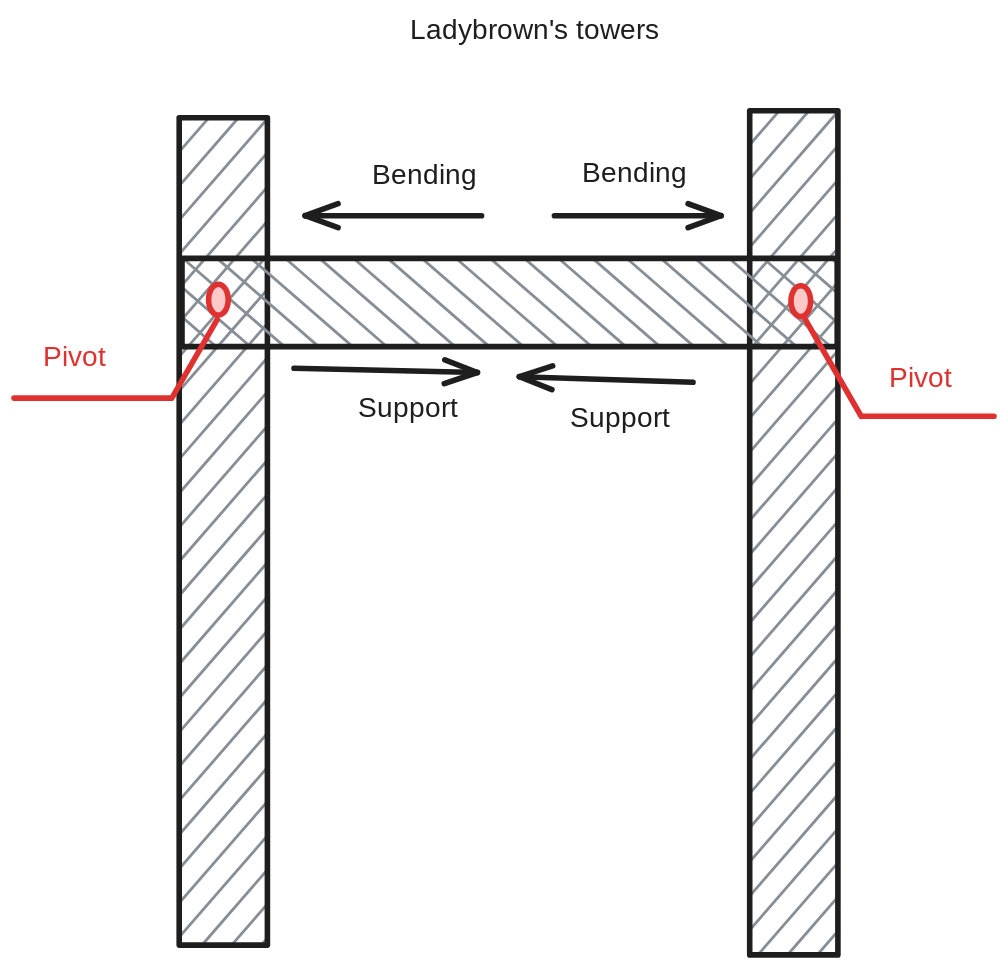
Area-53-Robotics/53D-High-Stakes-Notebook keeps this Excalidraw diagram as entries/ladybrown-1/build/24-11-2-3.excalidraw.svg. Above is the earlier version. Source tidied: one line per element, renumbered; positions are measured from the earlier drawing's top-left corner, leaving out a move shared by most shapes. Its diagram source:
```json
{"id": 0, "type": "rectangle", "strokeColor": "#1e1e1e", "backgroundColor": "#868e96", "fillStyle": "hachure", "strokeWidth": 4, "roughness": 0, "x": 118, "y": 102, "width": 63, "height": 591}
{"id": 1, "type": "rectangle", "strokeColor": "#1e1e1e", "backgroundColor": "#868e96", "fillStyle": "hachure", "strokeWidth": 4, "roughness": 0, "x": 526, "y": 97, "width": 63, "height": 603}
{"id": 2, "type": "rectangle", "strokeColor": "#1e1e1e", "angle": 4.71, "backgroundColor": "#868e96", "fillStyle": "hachure", "strokeWidth": 4, "roughness": 0, "x": 322, "y": 0, "width": 63, "height": 468}
{"id": 3, "type": "ellipse", "strokeColor": "#e03131", "backgroundColor": "#ffc9c9", "fillStyle": "solid", "strokeWidth": 4, "roughness": 0, "x": 139, "y": 221, "width": 14, "height": 22}
{"id": 4, "type": "ellipse", "strokeColor": "#e03131", "backgroundColor": "#ffc9c9", "fillStyle": "solid", "strokeWidth": 4, "roughness": 0, "x": 555, "y": 222, "width": 14, "height": 22}
{"id": 5, "type": "text", "text": "Ladybrown's towers", "strokeColor": "#1e1e1e", "backgroundColor": "#ffc9c9", "fillStyle": "solid", "strokeWidth": 4, "roughness": 0, "fontSize": 20, "fontFamily": 1, "x": 283, "y": 28, "width": 189, "height": 25}
{"id": 6, "type": "line", "strokeColor": "#e03131", "backgroundColor": "#ffc9c9", "fillStyle": "solid", "strokeWidth": 4, "roughness": 0, "x": 564, "y": 244, "width": 136, "height": 71, "points": [[0, 0], [41, 71], [136, 71]]}
{"id": 7, "type": "text", "text": "Pivot", "strokeColor": "#e03131", "backgroundColor": "#ffc9c9", "fillStyle": "solid", "strokeWidth": 4, "roughness": 0, "fontSize": 20, "fontFamily": 1, "x": 625, "y": 277, "width": 50, "height": 25}
{"id": 8, "type": "line", "strokeColor": "#e03131", "backgroundColor": "#ffc9c9", "fillStyle": "solid", "strokeWidth": 4, "roughness": 0, "x": 145, "y": 246, "width": 145, "height": 56, "points": [[0, 0], [-32, 56], [-145, 56]]}
{"id": 9, "type": "text", "text": "Pivot", "strokeColor": "#e03131", "backgroundColor": "#ffc9c9", "fillStyle": "solid", "strokeWidth": 4, "roughness": 0, "fontSize": 20, "fontFamily": 1, "x": 21, "y": 262, "width": 50, "height": 25}
{"id": 10, "type": "arrow", "strokeColor": "#1e1e1e", "backgroundColor": "#ffc9c9", "fillStyle": "solid", "strokeWidth": 4, "roughness": 0, "endArrowhead": "arrow", "x": 334, "y": 172, "width": 126, "height": 0, "points": [[0, 0], [-126, 0]]}
{"id": 11, "type": "arrow", "strokeColor": "#1e1e1e", "backgroundColor": "#ffc9c9", "fillStyle": "solid", "strokeWidth": 4, "roughness": 0, "endArrowhead": "arrow", "x": 386, "y": 172, "width": 119, "height": 0, "points": [[0, 0], [119, 0]]}
{"id": 12, "type": "text", "text": "Bending", "strokeColor": "#1e1e1e", "backgroundColor": "#ffc9c9", "fillStyle": "solid", "strokeWidth": 4, "roughness": 0, "fontSize": 20, "fontFamily": 1, "x": 256, "y": 132, "width": 70, "height": 25}
{"id": 13, "type": "text", "text": "Bending", "strokeColor": "#1e1e1e", "backgroundColor": "#ffc9c9", "fillStyle": "solid", "strokeWidth": 4, "roughness": 0, "fontSize": 20, "fontFamily": 1, "x": 406, "y": 130, "width": 70, "height": 25}
{"id": 14, "type": "arrow", "strokeColor": "#1e1e1e", "backgroundColor": "#ffc9c9", "fillStyle": "solid", "strokeWidth": 4, "roughness": 0, "endArrowhead": "arrow", "x": 200, "y": 281, "width": 131, "height": 3, "points": [[0, 0], [131, 3]]}
{"id": 15, "type": "arrow", "strokeColor": "#1e1e1e", "backgroundColor": "#ffc9c9", "fillStyle": "solid", "strokeWidth": 4, "roughness": 0, "endArrowhead": "arrow", "x": 485, "y": 291, "width": 124, "height": 4, "points": [[0, 0], [-124, -4]]}
{"id": 16, "type": "text", "text": "Support", "strokeColor": "#1e1e1e", "backgroundColor": "#ffc9c9", "fillStyle": "solid", "strokeWidth": 4, "roughness": 0, "fontSize": 20, "fontFamily": 1, "x": 246, "y": 298, "width": 74, "height": 25}
{"id": 17, "type": "text", "text": "Support", "strokeColor": "#1e1e1e", "backgroundColor": "#ffc9c9", "fillStyle": "solid", "strokeWidth": 4, "roughness": 0, "fontSize": 20, "fontFamily": 1, "x": 397, "y": 306, "width": 74, "height": 25}
```
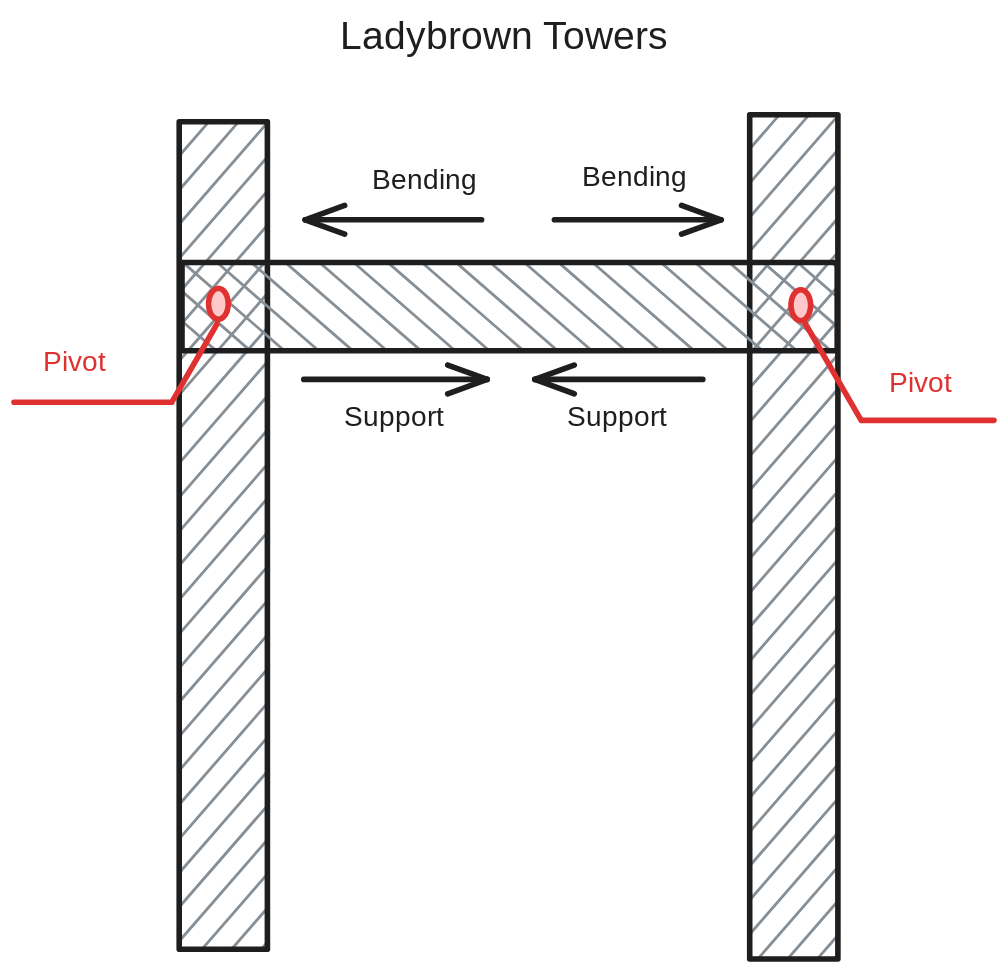
Later version of the same file.

Diff of the diagram source:
```diff
@@ -3,7 +3,7 @@
 {"id": 2, "type": "rectangle", "strokeColor": "#1e1e1e", "angle": 4.71, "backgroundColor": "#868e96", "fillStyle": "hachure", "strokeWidth": 4, "roughness": 0, "x": 322, "y": 0, "width": 63, "height": 468}
 {"id": 3, "type": "ellipse", "strokeColor": "#e03131", "backgroundColor": "#ffc9c9", "fillStyle": "solid", "strokeWidth": 4, "roughness": 0, "x": 139, "y": 221, "width": 14, "height": 22}
 {"id": 4, "type": "ellipse", "strokeColor": "#e03131", "backgroundColor": "#ffc9c9", "fillStyle": "solid", "strokeWidth": 4, "roughness": 0, "x": 555, "y": 222, "width": 14, "height": 22}
-{"id": 5, "type": "text", "text": "Ladybrown's towers", "strokeColor": "#1e1e1e", "backgroundColor": "#ffc9c9", "fillStyle": "solid", "strokeWidth": 4, "roughness": 0, "fontSize": 20, "fontFamily": 1, "x": 283, "y": 28, "width": 189, "height": 25}
+{"id": 5, "type": "text", "text": "Ladybrown Towers", "strokeColor": "#1e1e1e", "backgroundColor": "#ffc9c9", "fillStyle": "solid", "strokeWidth": 4, "roughness": 0, "fontSize": 28, "fontFamily": 1, "x": 233, "y": 25, "width": 248, "height": 35}
 {"id": 6, "type": "line", "strokeColor": "#e03131", "backgroundColor": "#ffc9c9", "fillStyle": "solid", "strokeWidth": 4, "roughness": 0, "x": 564, "y": 244, "width": 136, "height": 71, "points": [[0, 0], [41, 71], [136, 71]]}
 {"id": 7, "type": "text", "text": "Pivot", "strokeColor": "#e03131", "backgroundColor": "#ffc9c9", "fillStyle": "solid", "strokeWidth": 4, "roughness": 0, "fontSize": 20, "fontFamily": 1, "x": 625, "y": 277, "width": 50, "height": 25}
 {"id": 8, "type": "line", "strokeColor": "#e03131", "backgroundColor": "#ffc9c9", "fillStyle": "solid", "strokeWidth": 4, "roughness": 0, "x": 145, "y": 246, "width": 145, "height": 56, "points": [[0, 0], [-32, 56], [-145, 56]]}
@@ -12,7 +12,7 @@
 {"id": 11, "type": "arrow", "strokeColor": "#1e1e1e", "backgroundColor": "#ffc9c9", "fillStyle": "solid", "strokeWidth": 4, "roughness": 0, "endArrowhead": "arrow", "x": 386, "y": 172, "width": 119, "height": 0, "points": [[0, 0], [119, 0]]}
 {"id": 12, "type": "text", "text": "Bending", "strokeColor": "#1e1e1e", "backgroundColor": "#ffc9c9", "fillStyle": "solid", "strokeWidth": 4, "roughness": 0, "fontSize": 20, "fontFamily": 1, "x": 256, "y": 132, "width": 70, "height": 25}
 {"id": 13, "type": "text", "text": "Bending", "strokeColor": "#1e1e1e", "backgroundColor": "#ffc9c9", "fillStyle": "solid", "strokeWidth": 4, "roughness": 0, "fontSize": 20, "fontFamily": 1, "x": 406, "y": 130, "width": 70, "height": 25}
-{"id": 14, "type": "arrow", "strokeColor": "#1e1e1e", "backgroundColor": "#ffc9c9", "fillStyle": "solid", "strokeWidth": 4, "roughness": 0, "endArrowhead": "arrow", "x": 200, "y": 281, "width": 131, "height": 3, "points": [[0, 0], [131, 3]]}
+{"id": 14, "type": "arrow", "strokeColor": "#1e1e1e", "backgroundColor": "#ffc9c9", "fillStyle": "solid", "strokeWidth": 4, "roughness": 0, "endArrowhead": "arrow", "x": 207, "y": 286, "width": 131, "height": 0, "points": [[0, 0], [131, 0]]}
-{"id": 15, "type": "arrow", "strokeColor": "#1e1e1e", "backgroundColor": "#ffc9c9", "fillStyle": "solid", "strokeWidth": 4, "roughness": 0, "endArrowhead": "arrow", "x": 485, "y": 291, "width": 124, "height": 4, "points": [[0, 0], [-124, -4]]}
+{"id": 15, "type": "arrow", "strokeColor": "#1e1e1e", "backgroundColor": "#ffc9c9", "fillStyle": "solid", "strokeWidth": 4, "roughness": 0, "endArrowhead": "arrow", "x": 492, "y": 286, "width": 120, "height": 0, "points": [[0, 0], [-120, 0]]}
-{"id": 16, "type": "text", "text": "Support", "strokeColor": "#1e1e1e", "backgroundColor": "#ffc9c9", "fillStyle": "solid", "strokeWidth": 4, "roughness": 0, "fontSize": 20, "fontFamily": 1, "x": 246, "y": 298, "width": 74, "height": 25}
+{"id": 16, "type": "text", "text": "Support", "strokeColor": "#1e1e1e", "backgroundColor": "#ffc9c9", "fillStyle": "solid", "strokeWidth": 4, "roughness": 0, "fontSize": 20, "fontFamily": 1, "x": 235, "y": 301, "width": 74, "height": 25}
-{"id": 17, "type": "text", "text": "Support", "strokeColor": "#1e1e1e", "backgroundColor": "#ffc9c9", "fillStyle": "solid", "strokeWidth": 4, "roughness": 0, "fontSize": 20, "fontFamily": 1, "x": 397, "y": 306, "width": 74, "height": 25}
+{"id": 17, "type": "text", "text": "Support", "strokeColor": "#1e1e1e", "backgroundColor": "#ffc9c9", "fillStyle": "solid", "strokeWidth": 4, "roughness": 0, "fontSize": 20, "fontFamily": 1, "x": 395, "y": 301, "width": 74, "height": 25}
```
